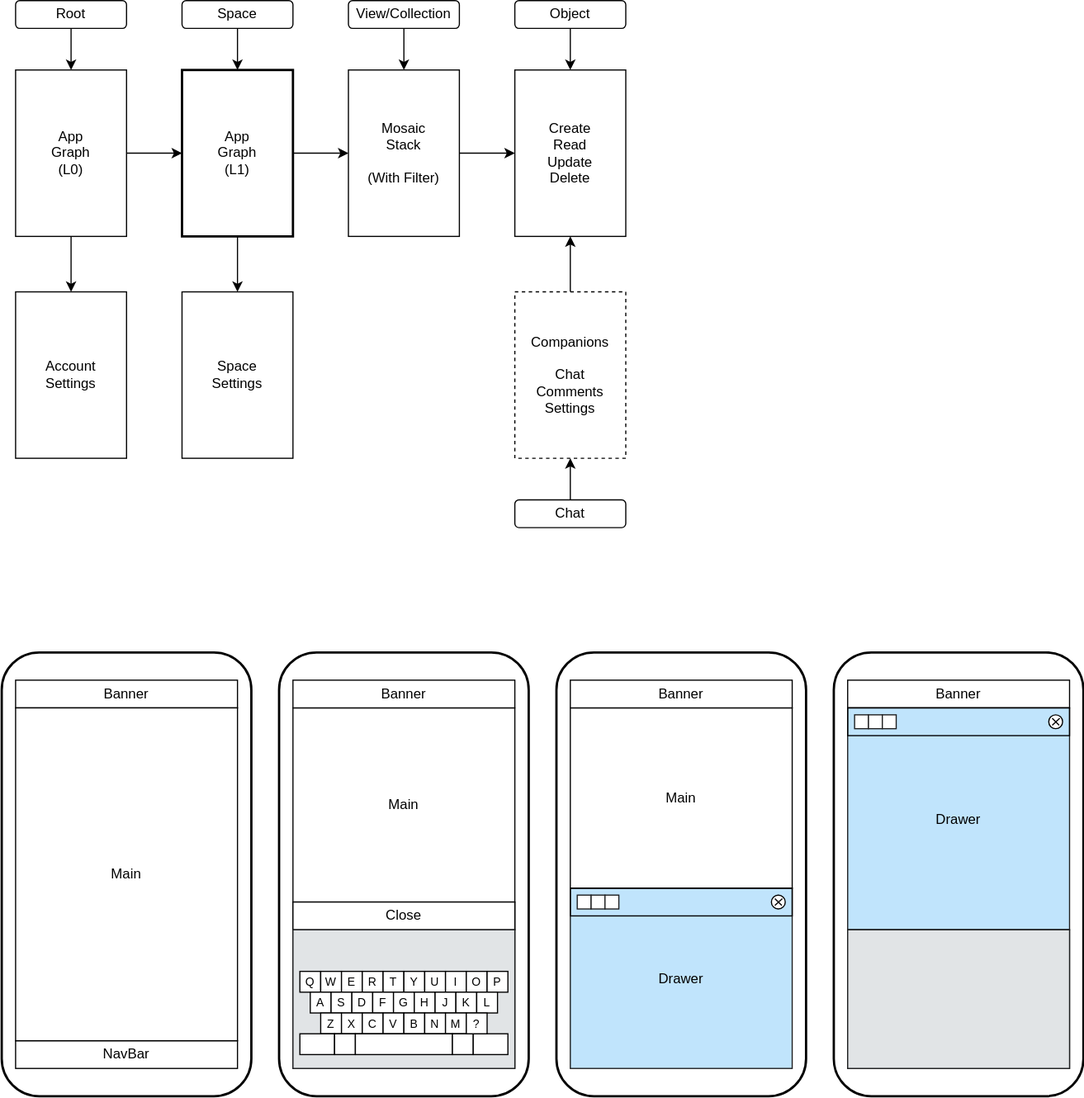
Earlier version of the draw.io export packages/plugins/plugin-simple-layout/docs/layout.drawio.svg (dxos/dxos). Source tidied: cells renumbered, new cells last; positions are measured from the earlier drawing's top-left corner, leaving out a move shared by most shapes.
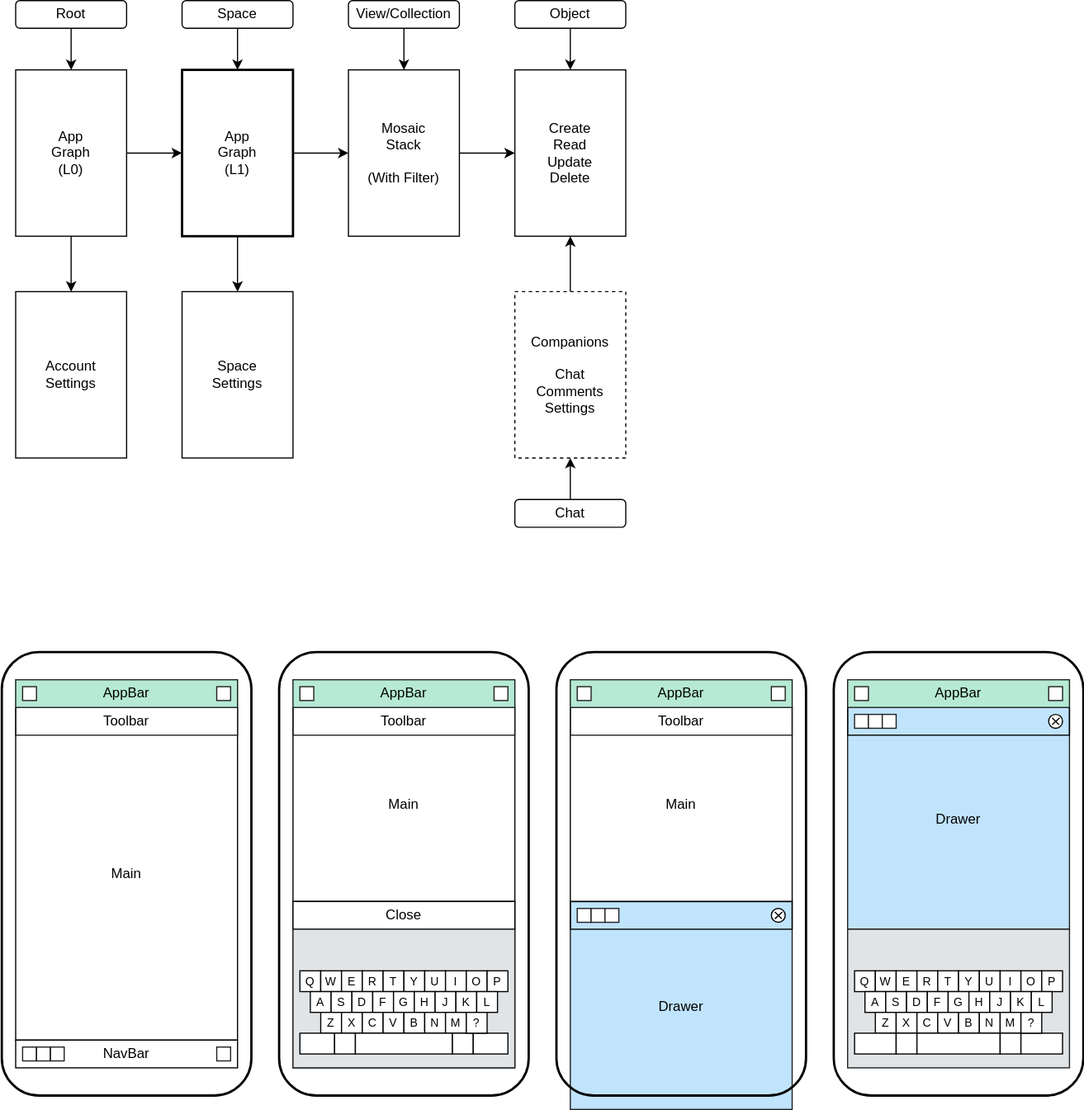
The same file after the commit.

Diff of the diagram source:
```diff
@@ -8,9 +8,6 @@
     <mxCell id="3" style="rounded=1;whiteSpace=wrap;html=1;strokeWidth=2;fillColor=none;" parent="1" vertex="1">
       <mxGeometry x="240" y="564" width="216" height="384" as="geometry" />
     </mxCell>
-    <mxCell id="4" style="rounded=1;whiteSpace=wrap;html=1;strokeWidth=2;fillColor=none;" parent="1" vertex="1">
-      <mxGeometry x="480" y="564" width="216" height="384" as="geometry" />
-    </mxCell>
     <mxCell id="5" style="rounded=1;whiteSpace=wrap;html=1;strokeWidth=2;fillColor=none;" parent="1" vertex="1">
       <mxGeometry x="720" y="564" width="216" height="384" as="geometry" />
     </mxCell>
@@ -83,14 +80,8 @@
     <mxCell id="28" value="Chat" style="rounded=1;whiteSpace=wrap;html=1;" parent="1" vertex="1">
       <mxGeometry x="444" y="432" width="96" height="24" as="geometry" />
     </mxCell>
-    <mxCell id="29" value="NavBar" style="rounded=0;whiteSpace=wrap;html=1;" parent="1" vertex="1">
-      <mxGeometry x="12" y="900" width="192" height="24" as="geometry" />
-    </mxCell>
-    <mxCell id="30" value="Banner" style="rounded=0;whiteSpace=wrap;html=1;" parent="1" vertex="1">
-      <mxGeometry x="12" y="588" width="192" height="24" as="geometry" />
-    </mxCell>
-    <mxCell id="31" value="Drawer" style="group;fillColor=#C0E4FC;fontColor=#000000;strokeColor=#1E1F20;verticalAlign=middle;" parent="1" vertex="1">
-      <mxGeometry x="492" y="768" width="192" height="156" as="geometry" />
+    <mxCell id="31" value="Drawer" style="group;fillColor=#C0E4FC;fontColor=#000000;strokeColor=#1E1F20;verticalAlign=middle;shadow=0;" parent="1" vertex="1">
+      <mxGeometry x="492" y="780" width="192" height="180" as="geometry" />
     </mxCell>
     <mxCell id="32" style="group;" parent="1" vertex="1">
       <mxGeometry x="900" y="624" width="12" height="12" as="geometry" />
@@ -117,17 +108,8 @@
       <mxGeometry x="252" y="612" width="192" height="168" as="geometry" />
     </mxCell>
     <mxCell id="38" value="Main" style="rounded=0;whiteSpace=wrap;html=1;" parent="1" vertex="1">
-      <mxGeometry x="492" y="612" width="192" height="156" as="geometry" />
+      <mxGeometry x="492" y="612" width="192" height="168" as="geometry" />
     </mxCell>
-    <mxCell id="39" value="Banner" style="rounded=0;whiteSpace=wrap;html=1;" parent="1" vertex="1">
-      <mxGeometry x="252" y="588" width="192" height="24" as="geometry" />
-    </mxCell>
-    <mxCell id="40" value="Banner" style="rounded=0;whiteSpace=wrap;html=1;" parent="1" vertex="1">
-      <mxGeometry x="492" y="588" width="192" height="24" as="geometry" />
-    </mxCell>
-    <mxCell id="41" value="Banner" style="rounded=0;whiteSpace=wrap;html=1;" parent="1" vertex="1">
-      <mxGeometry x="732" y="588" width="192" height="24" as="geometry" />
-    </mxCell>
     <mxCell id="42" value="Drawer" style="group;fillColor=#C0E4FC;fontColor=#000000;strokeColor=#1E1F20;verticalAlign=middle;" parent="1" vertex="1">
       <mxGeometry x="732" y="612" width="192" height="192" as="geometry" />
     </mxCell>
@@ -135,7 +117,7 @@
       <mxGeometry x="252" y="780" width="192" height="24" as="geometry" />
     </mxCell>
     <mxCell id="44" style="group;" parent="1" vertex="1">
-      <mxGeometry x="492" y="768" width="192" height="24" as="geometry" />
+      <mxGeometry x="492" y="780" width="204" height="144" as="geometry" />
     </mxCell>
     <mxCell id="45" style="group;" parent="44" vertex="1">
       <mxGeometry x="174" y="6" width="12" height="12" as="geometry" />
@@ -413,15 +395,6 @@
     <mxCell id="132" value="Close" style="rounded=0;whiteSpace=wrap;html=1;" parent="1" vertex="1">
       <mxGeometry x="252" y="780" width="192" height="24" as="geometry" />
     </mxCell>
-    <mxCell id="133" style="group;" parent="1" vertex="1">
-      <mxGeometry x="732" y="804" width="192" height="120" as="geometry" />
-    </mxCell>
-    <mxCell id="134" style="rounded=0;whiteSpace=wrap;html=1;fillColor=#E1E4E6;fontColor=#000000;strokeColor=#1E1F20;" parent="133" vertex="1">
-      <mxGeometry width="192" height="120" as="geometry" />
-    </mxCell>
-    <mxCell id="135" style="group;" parent="133" vertex="1">
-      <mxGeometry x="6" y="36" width="180" height="72" as="geometry" />
-    </mxCell>
     <mxCell id="136" style="group;" parent="1" vertex="1">
       <mxGeometry x="252" y="804" width="192" height="120" as="geometry" />
     </mxCell>
@@ -527,5 +500,95 @@
     <mxCell id="170" value="?" style="rounded=0;whiteSpace=wrap;html=1;fontSize=10;" parent="138" vertex="1">
       <mxGeometry x="144" y="36" width="18" height="18" as="geometry" />
     </mxCell>
+    <mxCell id="171" value="Toolbar" style="rounded=0;whiteSpace=wrap;html=1;shadow=0;glass=1;strokeColor=#1E1F20;strokeWidth=1;fillColor=none;" parent="1" vertex="1">
+      <mxGeometry x="12" y="612" width="192" height="24" as="geometry" />
+    </mxCell>
+    <mxCell id="172" value="Toolbar" style="rounded=0;whiteSpace=wrap;html=1;shadow=0;glass=1;strokeColor=#1E1F20;strokeWidth=1;fillColor=none;" parent="1" vertex="1">
+      <mxGeometry x="252" y="612" width="192" height="24" as="geometry" />
+    </mxCell>
+    <mxCell id="173" value="Toolbar" style="rounded=0;whiteSpace=wrap;html=1;shadow=0;glass=1;strokeColor=#1E1F20;strokeWidth=1;fillColor=none;" parent="1" vertex="1">
+      <mxGeometry x="492" y="612" width="192" height="24" as="geometry" />
+    </mxCell>
+    <mxCell id="174" style="rounded=1;whiteSpace=wrap;html=1;strokeWidth=2;fillColor=none;strokeColor=default;perimeterSpacing=0;" parent="1" vertex="1">
+      <mxGeometry x="480" y="564" width="216" height="384" as="geometry" />
+    </mxCell>
+    <mxCell id="175" style="group;" parent="1" vertex="1">
+      <mxGeometry x="12" y="588" width="192" height="24" as="geometry" />
+    </mxCell>
+    <mxCell id="176" style="group;fillColor=#B6EAD5;fontColor=#000000;strokeColor=#7CD7AF;" parent="175" vertex="1">
+      <mxGeometry width="192" height="24" as="geometry" />
+    </mxCell>
+    <mxCell id="30" value="AppBar" style="rounded=0;whiteSpace=wrap;html=1;fillColor=#B6EAD5;fontColor=#000000;strokeColor=#1E1F20;" parent="175" vertex="1">
+      <mxGeometry width="192" height="24" as="geometry" />
+    </mxCell>
+    <mxCell id="177" style="rounded=0;whiteSpace=wrap;html=1;shadow=0;glass=0;strokeColor=#1E1F20;strokeWidth=1;fillColor=default;" parent="175" vertex="1">
+      <mxGeometry x="174" y="6" width="12" height="12" as="geometry" />
+    </mxCell>
+    <mxCell id="178" style="rounded=0;whiteSpace=wrap;html=1;shadow=0;glass=0;strokeColor=#1E1F20;strokeWidth=1;fillColor=default;" parent="175" vertex="1">
+      <mxGeometry x="6" y="6" width="12" height="12" as="geometry" />
+    </mxCell>
+    <mxCell id="179" style="group;" parent="1" vertex="1">
+      <mxGeometry x="252" y="588" width="192" height="24" as="geometry" />
+    </mxCell>
+    <mxCell id="180" style="group;fillColor=#B6EAD5;fontColor=#000000;strokeColor=#7CD7AF;" parent="179" vertex="1">
+      <mxGeometry width="192" height="24" as="geometry" />
+    </mxCell>
+    <mxCell id="181" value="AppBar" style="rounded=0;whiteSpace=wrap;html=1;fillColor=#B6EAD5;fontColor=#000000;strokeColor=#1E1F20;" parent="179" vertex="1">
+      <mxGeometry width="192" height="24" as="geometry" />
+    </mxCell>
+    <mxCell id="182" style="rounded=0;whiteSpace=wrap;html=1;shadow=0;glass=0;strokeColor=#1E1F20;strokeWidth=1;fillColor=default;" parent="179" vertex="1">
+      <mxGeometry x="174" y="6" width="12" height="12" as="geometry" />
+    </mxCell>
+    <mxCell id="183" style="rounded=0;whiteSpace=wrap;html=1;shadow=0;glass=0;strokeColor=#1E1F20;strokeWidth=1;fillColor=default;" parent="179" vertex="1">
+      <mxGeometry x="6" y="6" width="12" height="12" as="geometry" />
+    </mxCell>
+    <mxCell id="184" style="group;" parent="1" vertex="1">
+      <mxGeometry x="492" y="588" width="192" height="24" as="geometry" />
+    </mxCell>
+    <mxCell id="185" style="group;fillColor=#B6EAD5;fontColor=#000000;strokeColor=#7CD7AF;" parent="184" vertex="1">
+      <mxGeometry width="192" height="24" as="geometry" />
+    </mxCell>
+    <mxCell id="186" value="AppBar" style="rounded=0;whiteSpace=wrap;html=1;fillColor=#B6EAD5;fontColor=#000000;strokeColor=#1E1F20;" parent="184" vertex="1">
+      <mxGeometry width="192" height="24" as="geometry" />
+    </mxCell>
+    <mxCell id="187" style="rounded=0;whiteSpace=wrap;html=1;shadow=0;glass=0;strokeColor=#1E1F20;strokeWidth=1;fillColor=default;" parent="184" vertex="1">
+      <mxGeometry x="174" y="6" width="12" height="12" as="geometry" />
+    </mxCell>
+    <mxCell id="188" style="rounded=0;whiteSpace=wrap;html=1;shadow=0;glass=0;strokeColor=#1E1F20;strokeWidth=1;fillColor=default;" parent="184" vertex="1">
+      <mxGeometry x="6" y="6" width="12" height="12" as="geometry" />
+    </mxCell>
+    <mxCell id="189" style="group;" parent="1" vertex="1">
+      <mxGeometry x="732" y="588" width="192" height="24" as="geometry" />
+    </mxCell>
+    <mxCell id="190" style="group;fillColor=#B6EAD5;fontColor=#000000;strokeColor=#7CD7AF;" parent="189" vertex="1">
+      <mxGeometry width="192" height="24" as="geometry" />
+    </mxCell>
+    <mxCell id="191" value="AppBar" style="rounded=0;whiteSpace=wrap;html=1;fillColor=#B6EAD5;fontColor=#000000;strokeColor=#1E1F20;" parent="189" vertex="1">
+      <mxGeometry width="192" height="24" as="geometry" />
+    </mxCell>
+    <mxCell id="192" style="rounded=0;whiteSpace=wrap;html=1;shadow=0;glass=0;strokeColor=#1E1F20;strokeWidth=1;fillColor=default;" parent="189" vertex="1">
+      <mxGeometry x="174" y="6" width="12" height="12" as="geometry" />
+    </mxCell>
+    <mxCell id="193" style="rounded=0;whiteSpace=wrap;html=1;shadow=0;glass=0;strokeColor=#1E1F20;strokeWidth=1;fillColor=default;" parent="189" vertex="1">
+      <mxGeometry x="6" y="6" width="12" height="12" as="geometry" />
+    </mxCell>
+    <mxCell id="194" style="group;" parent="1" vertex="1">
+      <mxGeometry x="12" y="900" width="192" height="24" as="geometry" />
+    </mxCell>
+    <mxCell id="29" value="NavBar" style="rounded=0;whiteSpace=wrap;html=1;" parent="194" vertex="1">
+      <mxGeometry width="192" height="24" as="geometry" />
+    </mxCell>
+    <mxCell id="195" style="rounded=0;whiteSpace=wrap;html=1;shadow=0;glass=1;strokeColor=#1E1F20;strokeWidth=1;fillColor=none;" parent="194" vertex="1">
+      <mxGeometry x="6" y="6" width="12" height="12" as="geometry" />
+    </mxCell>
+    <mxCell id="196" style="rounded=0;whiteSpace=wrap;html=1;shadow=0;glass=1;strokeColor=#1E1F20;strokeWidth=1;fillColor=none;" parent="194" vertex="1">
+      <mxGeometry x="18" y="6" width="12" height="12" as="geometry" />
+    </mxCell>
+    <mxCell id="197" style="rounded=0;whiteSpace=wrap;html=1;shadow=0;glass=1;strokeColor=#1E1F20;strokeWidth=1;fillColor=none;" parent="194" vertex="1">
+      <mxGeometry x="30" y="6" width="12" height="12" as="geometry" />
+    </mxCell>
+    <mxCell id="198" style="rounded=0;whiteSpace=wrap;html=1;shadow=0;glass=1;strokeColor=#1E1F20;strokeWidth=1;fillColor=none;" parent="194" vertex="1">
+      <mxGeometry x="174" y="6" width="12" height="12" as="geometry" />
+    </mxCell>
   </root>
 </mxGraphModel>
```
